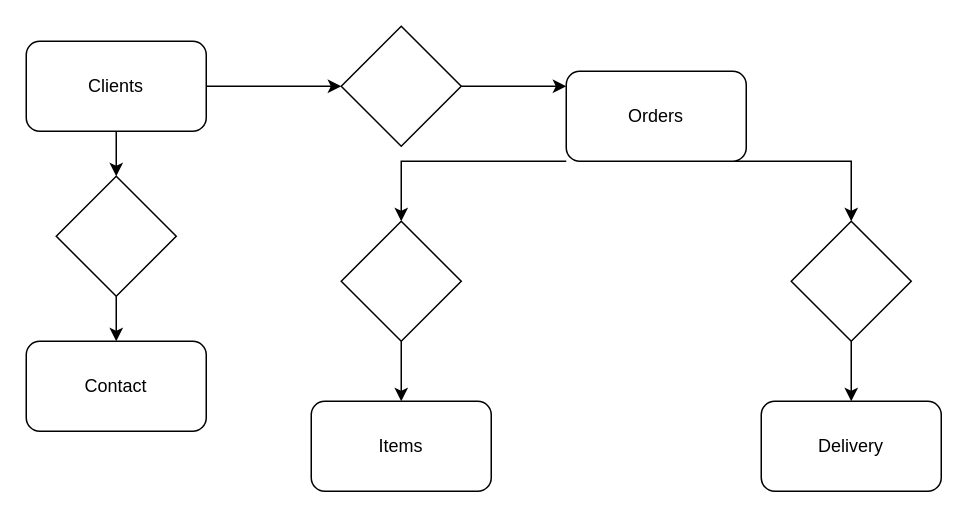
Earlier version of the draw.io diagram tools/Untitled Diagram.drawio (melsiddieg/pc). Source tidied: cells renumbered, new cells numbered last; positions are measured from the earlier drawing's top-left corner, leaving out a move shared by most shapes. Both pictures are drawn from the tidied source at 150%, with x=0, y=0 at pixel (26, 26).
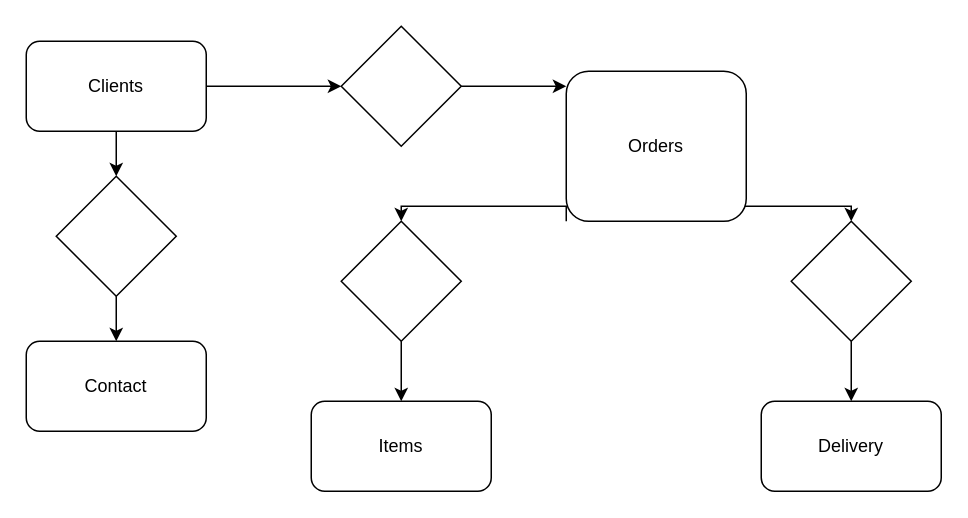
After the change.

The change refers to these unchanged cells:
```xml
<mxCell id="15" style="rhombus;whiteSpace=wrap;html=1;" parent="1" vertex="1">
  <mxGeometry x="510" y="130" width="80" height="80" as="geometry" />
</mxCell>
<mxCell id="17" style="rhombus;whiteSpace=wrap;html=1;" parent="1" vertex="1">
  <mxGeometry x="210" y="130" width="80" height="80" as="geometry" />
</mxCell>
```

The edit, as a diff of the source:
```diff
@@
     <mxCell id="6" style="edgeStyle=orthogonalEdgeStyle;rounded=0;jettySize=auto;html=1;exitX=0.5;exitY=1;exitDx=0;exitDy=0;entryX=0.5;entryY=0;entryDx=0;entryDy=0;" parent="1" edge="1" source="9" target="15">
       <mxGeometry relative="1" as="geometry">
         <Array as="points">
-          <mxPoint x="550" y="90" />
+          <mxPoint x="420" y="120" />
+          <mxPoint x="550" y="120" />
         </Array>
       </mxGeometry>
     </mxCell>
     <mxCell id="7" style="edgeStyle=orthogonalEdgeStyle;rounded=0;jettySize=auto;html=1;exitX=0;exitY=1;exitDx=0;exitDy=0;" parent="1" edge="1" source="9" target="17">
       <mxGeometry relative="1" as="geometry">
         <Array as="points">
-          <mxPoint x="250" y="90" />
+          <mxPoint x="360" y="120" />
+          <mxPoint x="250" y="120" />
         </Array>
       </mxGeometry>
     </mxCell>
-    <mxCell id="8" style="edgeStyle=orthogonalEdgeStyle;rounded=0;jettySize=auto;html=1;exitX=0.25;exitY=1;exitDx=0;exitDy=0;" parent="1" edge="1" source="9">
-      <mxGeometry relative="1" as="geometry">
-        <mxPoint x="390" y="90" as="targetPoint" />
-      </mxGeometry>
-    </mxCell>
     <mxCell id="9" value="Orders" style="rounded=1;whiteSpace=wrap;html=1;" parent="1" vertex="1">
-      <mxGeometry x="360" y="30" width="120" height="60" as="geometry" />
+      <mxGeometry x="360" y="30" width="120" height="100" as="geometry" />
     </mxCell>
```
